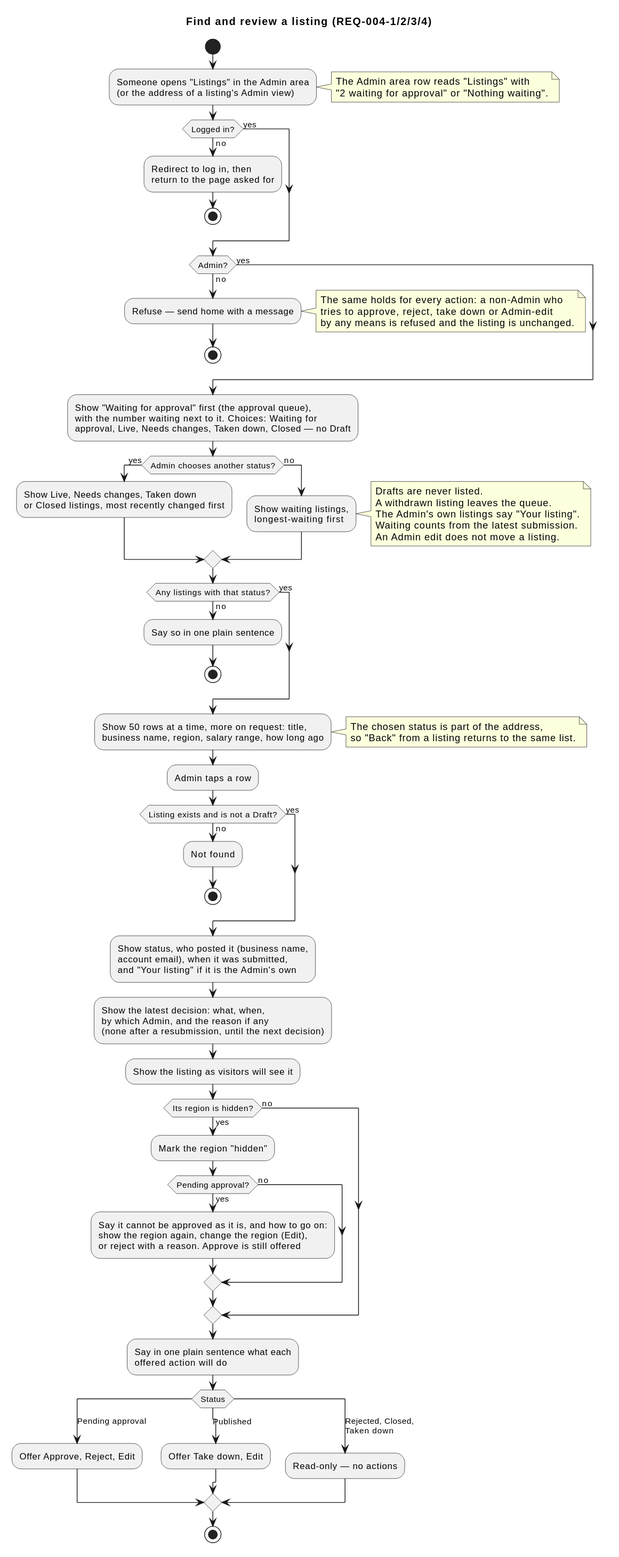
This is docs/specs/004-listings-admin-moderation/diagrams/activity-find-and-review.svg from raseniero/jairojobs-elixir, a PlantUML export, as it was before one commit.
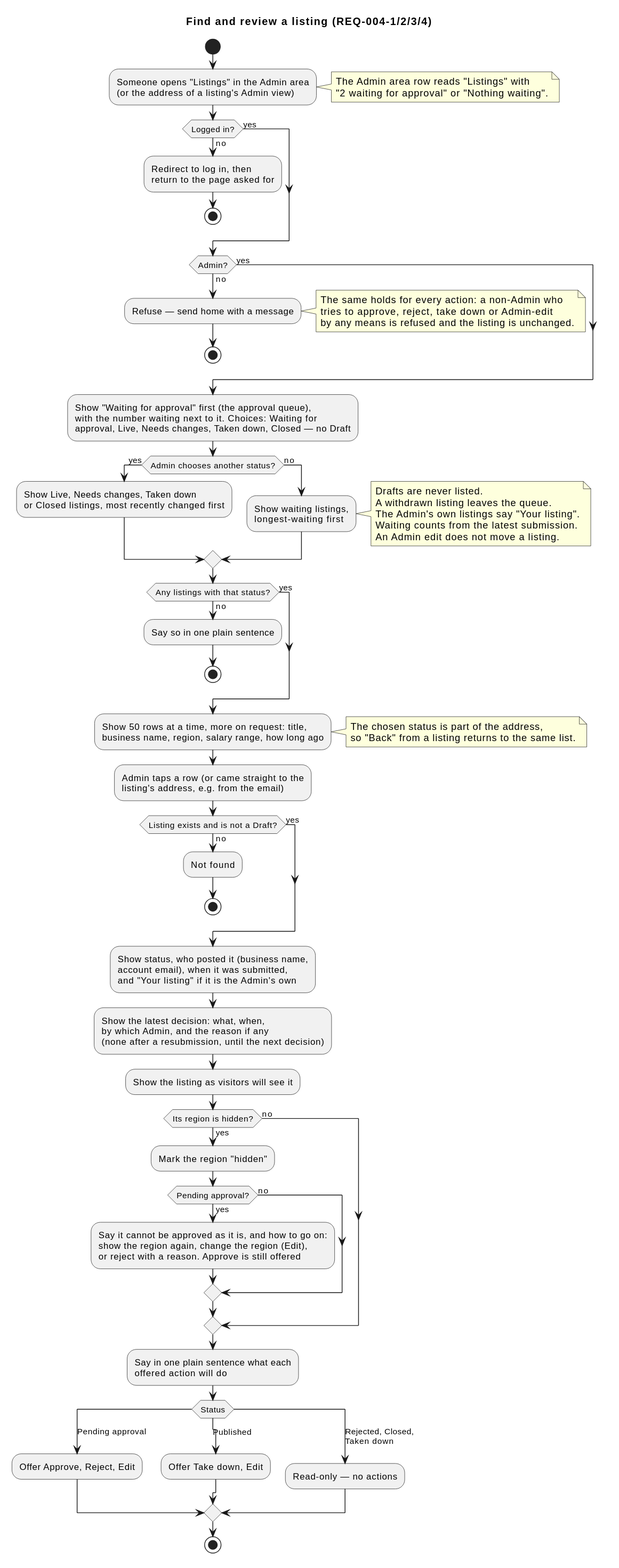
Later version of the same file.

The edit, as a diff of the source:
```diff
@@ -52,7 +52,8 @@
   The chosen status is part of the address,
   so "Back" from a listing returns to the same list.
 end note
-:Admin taps a row;
+:Admin taps a row (or came straight to the
+listing's address, e.g. from the email);
 if (Listing exists and is not a Draft?) then (no)
   :Not found;
   stop
```
